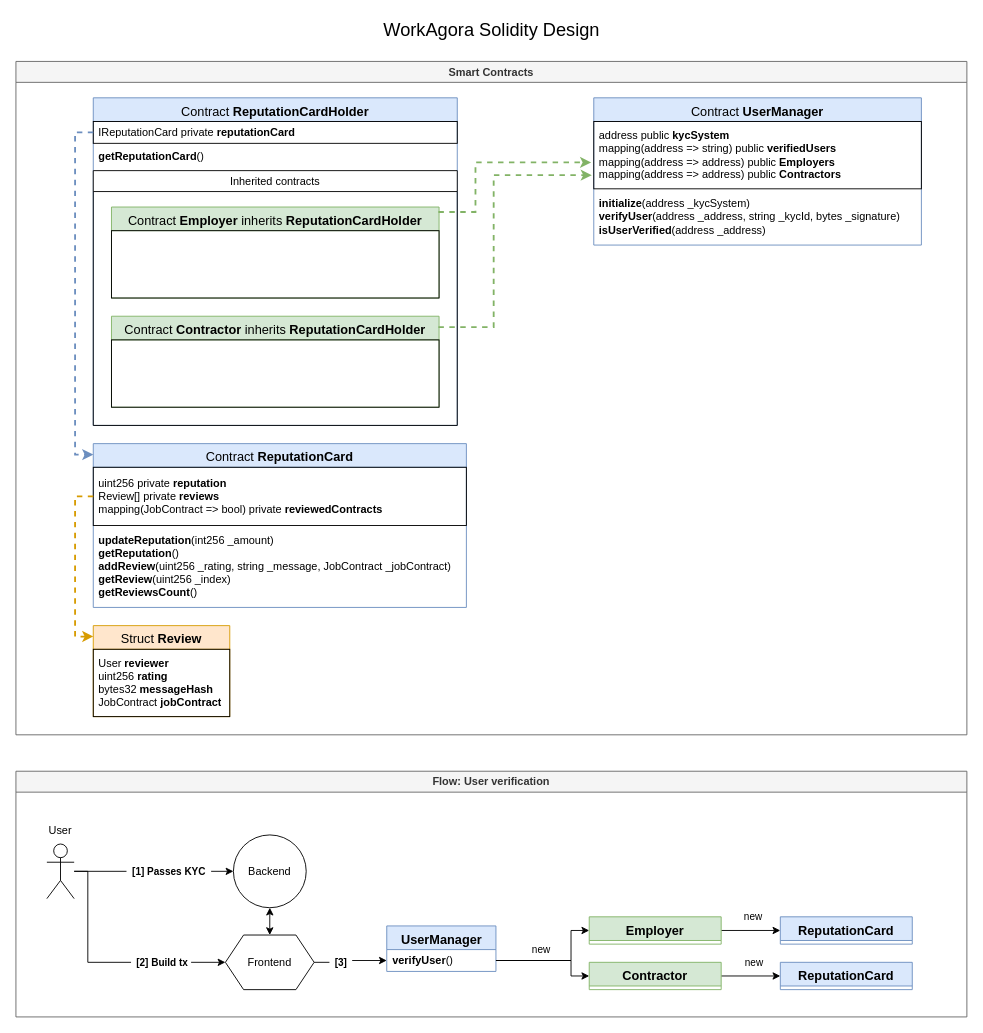
Before: packages/solidity/design.drawio in WorkAgora/WorkAgora, a draw.io diagram. Source tidied: cells renumbered, new cells numbered last; positions are measured from the earlier drawing's top-left corner, leaving out a move shared by most shapes. Both pictures are drawn from the tidied source at 91%, with x=0, y=0 at pixel (15, 15).
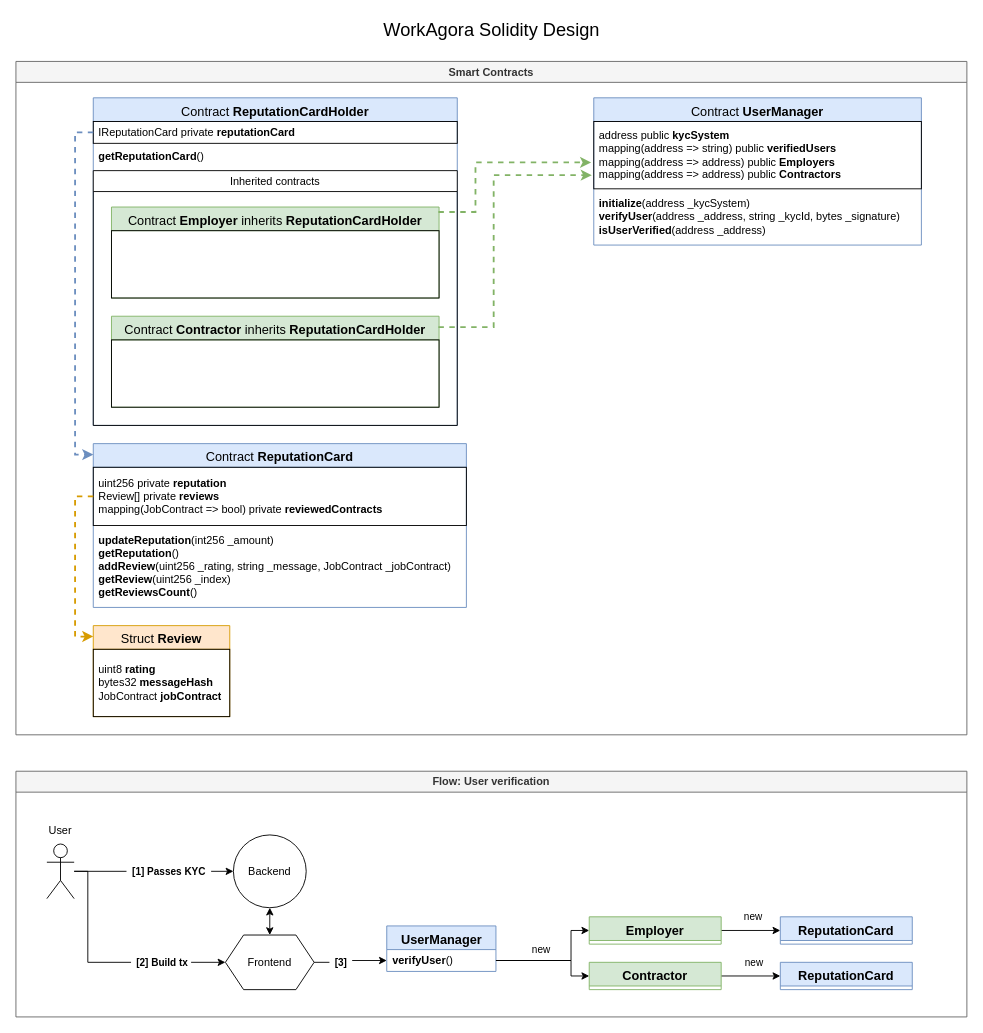
The same diagram, later.

Unchanged cells that the change refers to:
```xml
<mxCell id="17" value="&lt;font style=&quot;font-size: 14px;&quot;&gt;&lt;span style=&quot;font-weight: normal;&quot;&gt;Struct&lt;/span&gt; Review&lt;/font&gt;" style="swimlane;fontStyle=1;align=center;verticalAlign=top;horizontal=1;startSize=26;whiteSpace=wrap;html=1;fillColor=#ffe6cc;strokeColor=#d79b00;" parent="2" vertex="1">
  <mxGeometry x="85" y="620" width="150" height="100" as="geometry" />
</mxCell>
```

The edit, as a diff of the source:
```diff
@@
-    <mxCell id="18" value="&lt;div style=&quot;border-color: var(--border-color);&quot;&gt;&lt;div style=&quot;border-color: var(--border-color);&quot;&gt;User &lt;b&gt;reviewer&lt;/b&gt;&lt;/div&gt;&lt;div style=&quot;border-color: var(--border-color);&quot;&gt;uint256 &lt;b&gt;rating&lt;/b&gt;&lt;/div&gt;&lt;div style=&quot;border-color: var(--border-color);&quot;&gt;bytes32 &lt;b&gt;messageHash&lt;/b&gt;&lt;/div&gt;&lt;div style=&quot;border-color: var(--border-color);&quot;&gt;JobContract &lt;b&gt;jobContract&lt;/b&gt;&lt;/div&gt;&lt;/div&gt;" style="text;strokeColor=default;fillColor=none;align=left;verticalAlign=middle;spacingLeft=4;spacingRight=4;overflow=hidden;whiteSpace=wrap;html=1;strokeWidth=1;rounded=0;absoluteArcSize=0;shadow=0;spacingTop=0;spacing=2;" parent="17" vertex="1">
+    <mxCell id="18" value="&lt;div style=&quot;border-color: var(--border-color);&quot;&gt;&lt;div style=&quot;border-color: var(--border-color);&quot;&gt;&lt;span style=&quot;background-color: initial;&quot;&gt;uint8&amp;nbsp;&lt;/span&gt;&lt;b style=&quot;background-color: initial;&quot;&gt;rating&lt;/b&gt;&lt;br&gt;&lt;/div&gt;&lt;div style=&quot;border-color: var(--border-color);&quot;&gt;bytes32 &lt;b&gt;messageHash&lt;/b&gt;&lt;/div&gt;&lt;div style=&quot;border-color: var(--border-color);&quot;&gt;JobContract &lt;b&gt;jobContract&lt;/b&gt;&lt;/div&gt;&lt;/div&gt;" style="text;strokeColor=default;fillColor=none;align=left;verticalAlign=middle;spacingLeft=4;spacingRight=4;overflow=hidden;whiteSpace=wrap;html=1;strokeWidth=1;rounded=0;absoluteArcSize=0;shadow=0;spacingTop=0;spacing=2;" parent="17" vertex="1">
       <mxGeometry y="26" width="150" height="74" as="geometry" />
     </mxCell>
```
